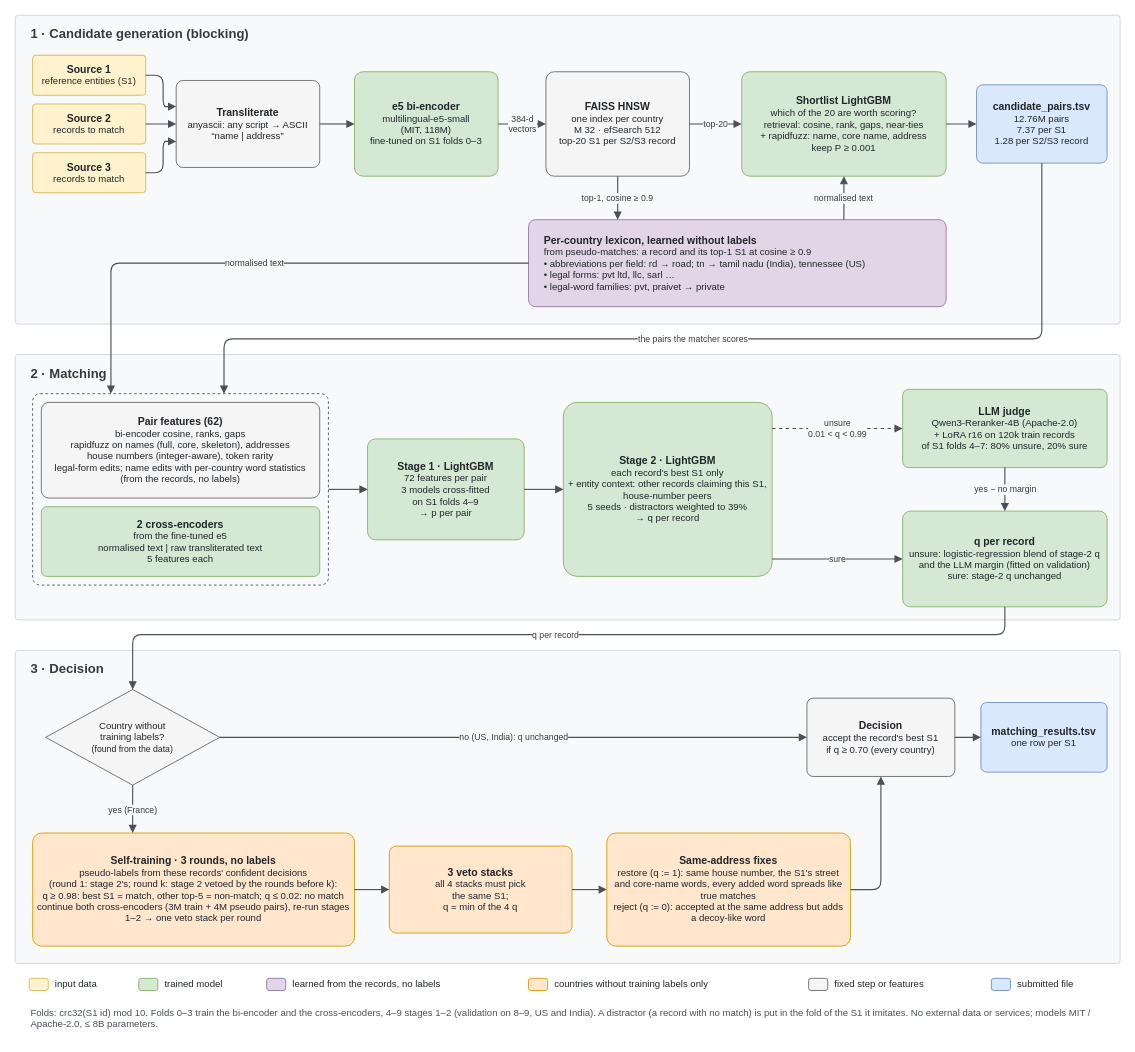
This is ber/pipeline.drawio from i-sahajmistry/Amazon-ML-Challenge-26, a draw.io file, before an edit. Source tidied: cells renumbered, new cells numbered last; positions are measured from the earlier drawing's top-left corner, leaving out a move shared by most shapes. Both pictures are drawn from the tidied source at 87%, with x=0, y=0 at pixel (15, 15).
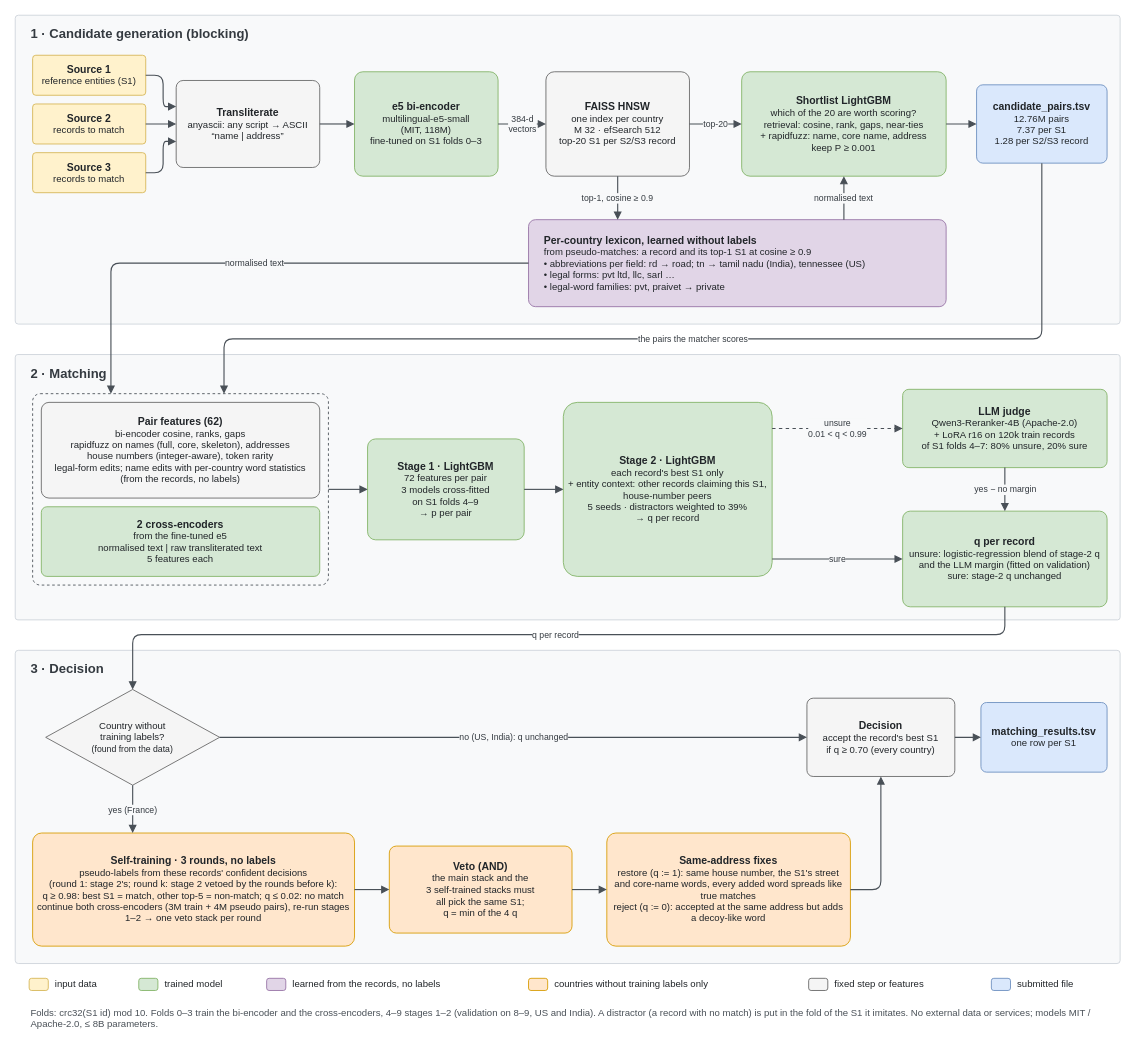
After the change.

Commit message (it also covers changes not shown here):
pipeline figure: the veto is the main stack AND the 3 self-trained stacks

Diff of the diagram source:
```diff
@@
-    <mxCell id="44" value="&lt;b&gt;&lt;font style=&quot;font-size:12px&quot;&gt;3 veto stacks&lt;/font&gt;&lt;/b&gt;&lt;br&gt;all 4 stacks must pick&lt;br&gt;the same S1;&lt;br&gt;q = min of the 4 q" style="rounded=1;whiteSpace=wrap;html=1;arcSize=8;align=center;verticalAlign=middle;spacing=6;fontFamily=Helvetica;fontSize=11;fontColor=#212529;fillColor=#FFE6CC;strokeColor=#D79B00;" parent="1" vertex="1">
+    <mxCell id="44" value="&lt;b&gt;&lt;font style=&quot;font-size:12px&quot;&gt;Veto (AND)&lt;/font&gt;&lt;/b&gt;&lt;br&gt;the main stack and the&lt;br&gt;3 self-trained stacks must&lt;br&gt;all pick the same S1;&lt;br&gt;q = min of the 4 q" style="rounded=1;whiteSpace=wrap;html=1;arcSize=8;align=center;verticalAlign=middle;spacing=6;fontFamily=Helvetica;fontSize=11;fontColor=#212529;fillColor=#FFE6CC;strokeColor=#D79B00;" parent="1" vertex="1">
       <mxGeometry x="430" y="955" width="210" height="100" as="geometry" />
     </mxCell>
```
